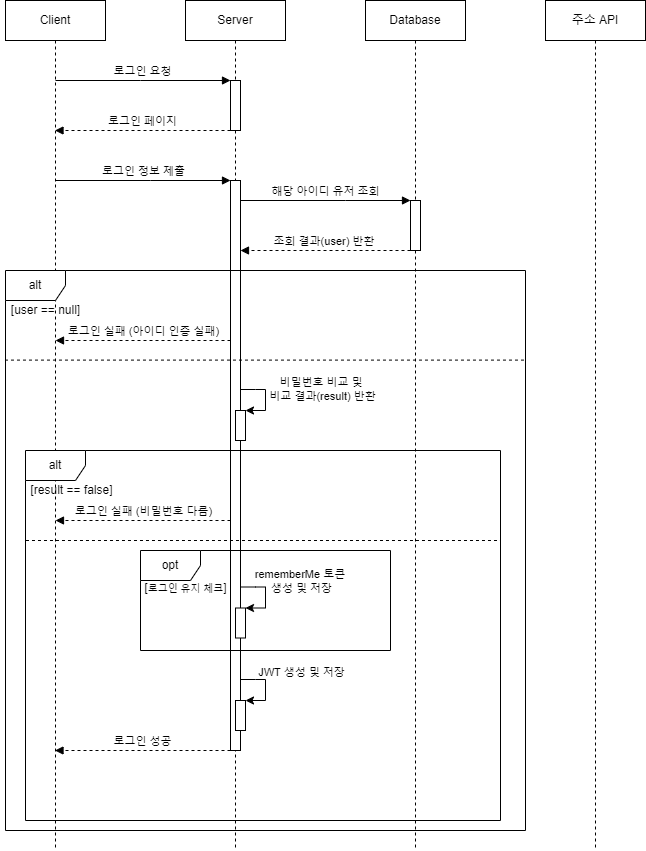
This is architecture/SequenceDiagram/로그인.png from 98Woonho/ITHotel, a draw.io export, as it was before one commit. Source tidied: cells renumbered, new cells last; positions are measured from the earlier drawing's top-left corner, leaving out a move shared by most shapes. Source of this version:
```xml
<mxGraphModel>
  <root>
    <mxCell id="0" />
    <mxCell id="1" parent="0" />
    <mxCell id="2" value="Client" style="shape=umlLifeline;perimeter=lifelinePerimeter;whiteSpace=wrap;html=1;outlineConnect=0;portConstraint=eastwest;newEdgeStyle={&quot;edgeStyle&quot;:&quot;elbowEdgeStyle&quot;,&quot;elbow&quot;:&quot;vertical&quot;,&quot;curved&quot;:0,&quot;rounded&quot;:0};" parent="1" vertex="1">
      <mxGeometry x="5" width="100" height="850" as="geometry" />
    </mxCell>
    <mxCell id="3" value="Server" style="shape=umlLifeline;perimeter=lifelinePerimeter;whiteSpace=wrap;html=1;newEdgeStyle={&quot;edgeStyle&quot;:&quot;elbowEdgeStyle&quot;,&quot;elbow&quot;:&quot;vertical&quot;,&quot;curved&quot;:0,&quot;rounded&quot;:0};" parent="1" vertex="1">
      <mxGeometry x="185" width="100" height="850" as="geometry" />
    </mxCell>
    <mxCell id="4" value="&lt;span style=&quot;color: rgba(0, 0, 0, 0); font-family: monospace; font-size: 0px; text-align: start;&quot;&gt;%3CmxGraphModel%3E%3Croot%3E%3CmxCell%20id%3D%220%22%2F%3E%3CmxCell%20id%3D%221%22%20parent%3D%220%22%2F%3E%3CmxCell%20id%3D%222%22%20value%3D%22Server%22%20style%3D%22shape%3DumlLifeline%3Bperimeter%3DlifelinePerimeter%3BwhiteSpace%3Dwrap%3Bhtml%3D1%3Bcontainer%3D0%3BdropTarget%3D0%3Bcollapsible%3D0%3BrecursiveResize%3D0%3BoutlineConnect%3D0%3BportConstraint%3Deastwest%3BnewEdgeStyle%3D%7B%26quot%3BedgeStyle%26quot%3B%3A%26quot%3BelbowEdgeStyle%26quot%3B%2C%26quot%3Belbow%26quot%3B%3A%26quot%3Bvertical%26quot%3B%2C%26quot%3Bcurved%26quot%3B%3A0%2C%26quot%3Brounded%26quot%3B%3A0%7D%3B%22%20vertex%3D%221%22%20parent%3D%221%22%3E%3CmxGeometry%20x%3D%22220%22%20y%3D%2240%22%20width%3D%22100%22%20height%3D%22300%22%20as%3D%22geometry%22%2F%3E%3C%2FmxCell%3E%3CmxCell%20id%3D%223%22%20value%3D%22%22%20style%3D%22html%3D1%3Bpoints%3D%5B%5D%3Bperimeter%3DorthogonalPerimeter%3BoutlineConnect%3D0%3BtargetShapes%3DumlLifeline%3BportConstraint%3Deastwest%3BnewEdgeStyle%3D%7B%26quot%3BedgeStyle%26quot%3B%3A%26quot%3BelbowEdgeStyle%26quot%3B%2C%26quot%3Belbow%26quot%3B%3A%26quot%3Bvertical%26quot%3B%2C%26quot%3Bcurved%26quot%3B%3A0%2C%26quot%3Brounded%26quot%3B%3A0%7D%3B%22%20vertex%3D%221%22%20parent%3D%222%22%3E%3CmxGeometry%20x%3D%2245%22%20y%3D%2280%22%20width%3D%2210%22%20height%3D%2250%22%20as%3D%22geometry%22%2F%3E%3C%2FmxCell%3E%3C%2Froot%3E%3C%2FmxGraphModel%3E&lt;/span&gt;" style="html=1;points=[];perimeter=orthogonalPerimeter;outlineConnect=0;targetShapes=umlLifeline;portConstraint=eastwest;newEdgeStyle={&quot;edgeStyle&quot;:&quot;elbowEdgeStyle&quot;,&quot;elbow&quot;:&quot;vertical&quot;,&quot;curved&quot;:0,&quot;rounded&quot;:0};" parent="3" vertex="1">
      <mxGeometry x="45" y="80" width="10" height="50" as="geometry" />
    </mxCell>
    <mxCell id="5" value="&lt;span style=&quot;color: rgba(0, 0, 0, 0); font-family: monospace; font-size: 0px; text-align: start;&quot;&gt;%3CmxGraphModel%3E%3Croot%3E%3CmxCell%20id%3D%220%22%2F%3E%3CmxCell%20id%3D%221%22%20parent%3D%220%22%2F%3E%3CmxCell%20id%3D%222%22%20value%3D%22Server%22%20style%3D%22shape%3DumlLifeline%3Bperimeter%3DlifelinePerimeter%3BwhiteSpace%3Dwrap%3Bhtml%3D1%3Bcontainer%3D0%3BdropTarget%3D0%3Bcollapsible%3D0%3BrecursiveResize%3D0%3BoutlineConnect%3D0%3BportConstraint%3Deastwest%3BnewEdgeStyle%3D%7B%26quot%3BedgeStyle%26quot%3B%3A%26quot%3BelbowEdgeStyle%26quot%3B%2C%26quot%3Belbow%26quot%3B%3A%26quot%3Bvertical%26quot%3B%2C%26quot%3Bcurved%26quot%3B%3A0%2C%26quot%3Brounded%26quot%3B%3A0%7D%3B%22%20vertex%3D%221%22%20parent%3D%221%22%3E%3CmxGeometry%20x%3D%22220%22%20y%3D%2240%22%20width%3D%22100%22%20height%3D%22300%22%20as%3D%22geometry%22%2F%3E%3C%2FmxCell%3E%3CmxCell%20id%3D%223%22%20value%3D%22%22%20style%3D%22html%3D1%3Bpoints%3D%5B%5D%3Bperimeter%3DorthogonalPerimeter%3BoutlineConnect%3D0%3BtargetShapes%3DumlLifeline%3BportConstraint%3Deastwest%3BnewEdgeStyle%3D%7B%26quot%3BedgeStyle%26quot%3B%3A%26quot%3BelbowEdgeStyle%26quot%3B%2C%26quot%3Belbow%26quot%3B%3A%26quot%3Bvertical%26quot%3B%2C%26quot%3Bcurved%26quot%3B%3A0%2C%26quot%3Brounded%26quot%3B%3A0%7D%3B%22%20vertex%3D%221%22%20parent%3D%222%22%3E%3CmxGeometry%20x%3D%2245%22%20y%3D%2280%22%20width%3D%2210%22%20height%3D%2250%22%20as%3D%22geometry%22%2F%3E%3C%2FmxCell%3E%3C%2Froot%3E%3C%2FmxGraphModel%3E&lt;/span&gt;" style="html=1;points=[];perimeter=orthogonalPerimeter;outlineConnect=0;targetShapes=umlLifeline;portConstraint=eastwest;newEdgeStyle={&quot;edgeStyle&quot;:&quot;elbowEdgeStyle&quot;,&quot;elbow&quot;:&quot;vertical&quot;,&quot;curved&quot;:0,&quot;rounded&quot;:0};" parent="3" vertex="1">
      <mxGeometry x="45" y="180" width="10" height="570" as="geometry" />
    </mxCell>
    <mxCell id="6" value="&lt;span style=&quot;color: rgba(0, 0, 0, 0); font-family: monospace; font-size: 0px; text-align: start;&quot;&gt;%3CmxGraphModel%3E%3Croot%3E%3CmxCell%20id%3D%220%22%2F%3E%3CmxCell%20id%3D%221%22%20parent%3D%220%22%2F%3E%3CmxCell%20id%3D%222%22%20value%3D%22Server%22%20style%3D%22shape%3DumlLifeline%3Bperimeter%3DlifelinePerimeter%3BwhiteSpace%3Dwrap%3Bhtml%3D1%3Bcontainer%3D0%3BdropTarget%3D0%3Bcollapsible%3D0%3BrecursiveResize%3D0%3BoutlineConnect%3D0%3BportConstraint%3Deastwest%3BnewEdgeStyle%3D%7B%26quot%3BedgeStyle%26quot%3B%3A%26quot%3BelbowEdgeStyle%26quot%3B%2C%26quot%3Belbow%26quot%3B%3A%26quot%3Bvertical%26quot%3B%2C%26quot%3Bcurved%26quot%3B%3A0%2C%26quot%3Brounded%26quot%3B%3A0%7D%3B%22%20vertex%3D%221%22%20parent%3D%221%22%3E%3CmxGeometry%20x%3D%22220%22%20y%3D%2240%22%20width%3D%22100%22%20height%3D%22300%22%20as%3D%22geometry%22%2F%3E%3C%2FmxCell%3E%3CmxCell%20id%3D%223%22%20value%3D%22%22%20style%3D%22html%3D1%3Bpoints%3D%5B%5D%3Bperimeter%3DorthogonalPerimeter%3BoutlineConnect%3D0%3BtargetShapes%3DumlLifeline%3BportConstraint%3Deastwest%3BnewEdgeStyle%3D%7B%26quot%3BedgeStyle%26quot%3B%3A%26quot%3BelbowEdgeStyle%26quot%3B%2C%26quot%3Belbow%26quot%3B%3A%26quot%3Bvertical%26quot%3B%2C%26quot%3Bcurved%26quot%3B%3A0%2C%26quot%3Brounded%26quot%3B%3A0%7D%3B%22%20vertex%3D%221%22%20parent%3D%222%22%3E%3CmxGeometry%20x%3D%2245%22%20y%3D%2280%22%20width%3D%2210%22%20height%3D%2250%22%20as%3D%22geometry%22%2F%3E%3C%2FmxCell%3E%3C%2Froot%3E%3C%2FmxGraphModel%3E&lt;/span&gt;" style="html=1;points=[];perimeter=orthogonalPerimeter;outlineConnect=0;targetShapes=umlLifeline;portConstraint=eastwest;newEdgeStyle={&quot;edgeStyle&quot;:&quot;elbowEdgeStyle&quot;,&quot;elbow&quot;:&quot;vertical&quot;,&quot;curved&quot;:0,&quot;rounded&quot;:0};" parent="3" vertex="1">
      <mxGeometry x="50" y="410" width="10" height="30" as="geometry" />
    </mxCell>
    <mxCell id="7" style="endArrow=classic;html=1;rounded=0;" parent="3" edge="1" target="6">
      <mxGeometry relative="1" as="geometry">
        <mxPoint x="55" y="389" as="sourcePoint" />
        <Array as="points">
          <mxPoint x="70" y="389" />
          <mxPoint x="80" y="389" />
          <mxPoint x="80" y="410" />
        </Array>
      </mxGeometry>
    </mxCell>
    <mxCell id="8" value="비밀번호 비교 및&amp;nbsp;&lt;div&gt;비교 결과(result) 반환&lt;/div&gt;" style="edgeLabel;html=1;align=center;verticalAlign=middle;labelBackgroundColor=none;" parent="7" vertex="1">
      <mxGeometry x="-0.47" y="1" relative="1" as="geometry">
        <mxPoint x="64" as="offset" />
      </mxGeometry>
    </mxCell>
    <mxCell id="9" value="로그인 요청" style="html=1;verticalAlign=bottom;endArrow=block;edgeStyle=elbowEdgeStyle;elbow=vertical;curved=0;rounded=0;" parent="1" edge="1" target="4">
      <mxGeometry relative="1" as="geometry">
        <mxPoint x="55" y="80" as="sourcePoint" />
        <Array as="points">
          <mxPoint x="140" y="80" />
        </Array>
      </mxGeometry>
    </mxCell>
    <mxCell id="10" value="로그인 페이지" style="html=1;verticalAlign=bottom;endArrow=block;dashed=1;endSize=6;edgeStyle=elbowEdgeStyle;elbow=vertical;curved=0;rounded=0;endFill=1;" parent="1" edge="1" source="4" target="2">
      <mxGeometry relative="1" as="geometry">
        <Array as="points">
          <mxPoint x="165" y="130" />
        </Array>
      </mxGeometry>
    </mxCell>
    <mxCell id="11" value="로그인 정보 제출" style="html=1;verticalAlign=bottom;endArrow=block;edgeStyle=elbowEdgeStyle;elbow=vertical;curved=0;rounded=0;" parent="1" edge="1" source="2" target="5">
      <mxGeometry relative="1" as="geometry">
        <Array as="points">
          <mxPoint x="150" y="180" />
        </Array>
      </mxGeometry>
    </mxCell>
    <mxCell id="12" value="Database" style="shape=umlLifeline;perimeter=lifelinePerimeter;whiteSpace=wrap;html=1;newEdgeStyle={&quot;edgeStyle&quot;:&quot;elbowEdgeStyle&quot;,&quot;elbow&quot;:&quot;vertical&quot;,&quot;curved&quot;:0,&quot;rounded&quot;:0};" parent="1" vertex="1">
      <mxGeometry x="365" width="100" height="850" as="geometry" />
    </mxCell>
    <mxCell id="13" value="해당 아이디 유저 조회" style="html=1;verticalAlign=bottom;endArrow=block;edgeStyle=elbowEdgeStyle;elbow=vertical;curved=0;rounded=0;" parent="12" edge="1" target="15">
      <mxGeometry relative="1" as="geometry">
        <mxPoint x="-125" y="200" as="sourcePoint" />
        <Array as="points">
          <mxPoint x="-20" y="200" />
        </Array>
      </mxGeometry>
    </mxCell>
    <mxCell id="14" value="조회 결과(user) 반환&amp;nbsp;" style="html=1;verticalAlign=bottom;endArrow=block;dashed=1;endSize=6;edgeStyle=elbowEdgeStyle;elbow=vertical;curved=0;rounded=0;endFill=1;" parent="12" edge="1">
      <mxGeometry relative="1" as="geometry">
        <mxPoint x="45" y="250" as="sourcePoint" />
        <mxPoint x="-125" y="250" as="targetPoint" />
      </mxGeometry>
    </mxCell>
    <mxCell id="15" value="&lt;span style=&quot;color: rgba(0, 0, 0, 0); font-family: monospace; font-size: 0px; text-align: start;&quot;&gt;%3CmxGraphModel%3E%3Croot%3E%3CmxCell%20id%3D%220%22%2F%3E%3CmxCell%20id%3D%221%22%20parent%3D%220%22%2F%3E%3CmxCell%20id%3D%222%22%20value%3D%22Server%22%20style%3D%22shape%3DumlLifeline%3Bperimeter%3DlifelinePerimeter%3BwhiteSpace%3Dwrap%3Bhtml%3D1%3Bcontainer%3D0%3BdropTarget%3D0%3Bcollapsible%3D0%3BrecursiveResize%3D0%3BoutlineConnect%3D0%3BportConstraint%3Deastwest%3BnewEdgeStyle%3D%7B%26quot%3BedgeStyle%26quot%3B%3A%26quot%3BelbowEdgeStyle%26quot%3B%2C%26quot%3Belbow%26quot%3B%3A%26quot%3Bvertical%26quot%3B%2C%26quot%3Bcurved%26quot%3B%3A0%2C%26quot%3Brounded%26quot%3B%3A0%7D%3B%22%20vertex%3D%221%22%20parent%3D%221%22%3E%3CmxGeometry%20x%3D%22220%22%20y%3D%2240%22%20width%3D%22100%22%20height%3D%22300%22%20as%3D%22geometry%22%2F%3E%3C%2FmxCell%3E%3CmxCell%20id%3D%223%22%20value%3D%22%22%20style%3D%22html%3D1%3Bpoints%3D%5B%5D%3Bperimeter%3DorthogonalPerimeter%3BoutlineConnect%3D0%3BtargetShapes%3DumlLifeline%3BportConstraint%3Deastwest%3BnewEdgeStyle%3D%7B%26quot%3BedgeStyle%26quot%3B%3A%26quot%3BelbowEdgeStyle%26quot%3B%2C%26quot%3Belbow%26quot%3B%3A%26quot%3Bvertical%26quot%3B%2C%26quot%3Bcurved%26quot%3B%3A0%2C%26quot%3Brounded%26quot%3B%3A0%7D%3B%22%20vertex%3D%221%22%20parent%3D%222%22%3E%3CmxGeometry%20x%3D%2245%22%20y%3D%2280%22%20width%3D%2210%22%20height%3D%2250%22%20as%3D%22geometry%22%2F%3E%3C%2FmxCell%3E%3C%2Froot%3E%3C%2FmxGraphModel%3E&lt;/span&gt;" style="html=1;points=[];perimeter=orthogonalPerimeter;outlineConnect=0;targetShapes=umlLifeline;portConstraint=eastwest;newEdgeStyle={&quot;edgeStyle&quot;:&quot;elbowEdgeStyle&quot;,&quot;elbow&quot;:&quot;vertical&quot;,&quot;curved&quot;:0,&quot;rounded&quot;:0};" parent="12" vertex="1">
      <mxGeometry x="45" y="200" width="10" height="50" as="geometry" />
    </mxCell>
    <mxCell id="16" value="주소 API" style="shape=umlLifeline;perimeter=lifelinePerimeter;whiteSpace=wrap;html=1;newEdgeStyle={&quot;edgeStyle&quot;:&quot;elbowEdgeStyle&quot;,&quot;elbow&quot;:&quot;vertical&quot;,&quot;curved&quot;:0,&quot;rounded&quot;:0};" parent="1" vertex="1">
      <mxGeometry x="545" width="100" height="850" as="geometry" />
    </mxCell>
    <mxCell id="17" value="alt" style="shape=umlFrame;whiteSpace=wrap;html=1;" parent="1" vertex="1">
      <mxGeometry x="5" y="270" width="520" height="560" as="geometry" />
    </mxCell>
    <mxCell id="18" value="[user == null]" style="text;html=1;align=center;verticalAlign=middle;strokeColor=none;fillColor=none;" parent="1" vertex="1">
      <mxGeometry y="295" width="90" height="30" as="geometry" />
    </mxCell>
    <mxCell id="19" value="로그인 실패 (아이디 인증 실패)" style="html=1;verticalAlign=bottom;endArrow=block;dashed=1;endSize=6;edgeStyle=elbowEdgeStyle;elbow=vertical;curved=0;rounded=0;endFill=1;" parent="1" edge="1">
      <mxGeometry relative="1" as="geometry">
        <mxPoint x="230" y="340" as="sourcePoint" />
        <mxPoint x="55" y="340" as="targetPoint" />
      </mxGeometry>
    </mxCell>
    <mxCell id="20" value="alt" style="shape=umlFrame;whiteSpace=wrap;html=1;" parent="1" vertex="1">
      <mxGeometry x="25" y="450" width="475" height="370" as="geometry" />
    </mxCell>
    <mxCell id="21" value="[result == false]" style="text;html=1;align=center;verticalAlign=middle;strokeColor=none;fillColor=none;" parent="1" vertex="1">
      <mxGeometry x="16" y="475" width="110" height="30" as="geometry" />
    </mxCell>
    <mxCell id="22" value="로그인 실패 (비밀번호 다름)" style="html=1;verticalAlign=bottom;endArrow=block;dashed=1;endSize=6;edgeStyle=elbowEdgeStyle;elbow=vertical;curved=0;rounded=0;endFill=1;" parent="1" edge="1">
      <mxGeometry relative="1" as="geometry">
        <mxPoint x="230" y="520" as="sourcePoint" />
        <mxPoint x="55" y="520" as="targetPoint" />
      </mxGeometry>
    </mxCell>
    <mxCell id="23" style="edgeStyle=none;orthogonalLoop=1;jettySize=auto;html=1;rounded=0;dashed=1;endArrow=none;endFill=0;exitX=0;exitY=0.498;exitDx=0;exitDy=0;exitPerimeter=0;entryX=0.999;entryY=0.498;entryDx=0;entryDy=0;entryPerimeter=0;" parent="1" edge="1">
      <mxGeometry relative="1" as="geometry">
        <mxPoint x="25.5" y="540" as="sourcePoint" />
        <mxPoint x="500" y="540" as="targetPoint" />
      </mxGeometry>
    </mxCell>
    <mxCell id="24" style="edgeStyle=none;orthogonalLoop=1;jettySize=auto;html=1;rounded=0;endArrow=none;endFill=0;dashed=1;entryX=1;entryY=0.16;entryDx=0;entryDy=0;entryPerimeter=0;exitX=-0.001;exitY=0.16;exitDx=0;exitDy=0;exitPerimeter=0;" parent="1" edge="1" source="17" target="17">
      <mxGeometry relative="1" as="geometry" />
    </mxCell>
    <mxCell id="25" value="opt" style="shape=umlFrame;whiteSpace=wrap;html=1;" parent="1" vertex="1">
      <mxGeometry x="140" y="550" width="250" height="100" as="geometry" />
    </mxCell>
    <mxCell id="26" value="&lt;font style=&quot;font-size: 12px;&quot;&gt;[&lt;/font&gt;&lt;font style=&quot;font-size: 10px;&quot;&gt;로그인 유지 체크&lt;/font&gt;&lt;font style=&quot;font-size: 12px;&quot;&gt;]&lt;/font&gt;" style="text;html=1;align=center;verticalAlign=middle;strokeColor=none;fillColor=none;" parent="1" vertex="1">
      <mxGeometry x="130" y="573" width="110" height="30" as="geometry" />
    </mxCell>
    <mxCell id="27" value="&lt;span style=&quot;color: rgba(0, 0, 0, 0); font-family: monospace; font-size: 0px; text-align: start;&quot;&gt;%3CmxGraphModel%3E%3Croot%3E%3CmxCell%20id%3D%220%22%2F%3E%3CmxCell%20id%3D%221%22%20parent%3D%220%22%2F%3E%3CmxCell%20id%3D%222%22%20value%3D%22Server%22%20style%3D%22shape%3DumlLifeline%3Bperimeter%3DlifelinePerimeter%3BwhiteSpace%3Dwrap%3Bhtml%3D1%3Bcontainer%3D0%3BdropTarget%3D0%3Bcollapsible%3D0%3BrecursiveResize%3D0%3BoutlineConnect%3D0%3BportConstraint%3Deastwest%3BnewEdgeStyle%3D%7B%26quot%3BedgeStyle%26quot%3B%3A%26quot%3BelbowEdgeStyle%26quot%3B%2C%26quot%3Belbow%26quot%3B%3A%26quot%3Bvertical%26quot%3B%2C%26quot%3Bcurved%26quot%3B%3A0%2C%26quot%3Brounded%26quot%3B%3A0%7D%3B%22%20vertex%3D%221%22%20parent%3D%221%22%3E%3CmxGeometry%20x%3D%22220%22%20y%3D%2240%22%20width%3D%22100%22%20height%3D%22300%22%20as%3D%22geometry%22%2F%3E%3C%2FmxCell%3E%3CmxCell%20id%3D%223%22%20value%3D%22%22%20style%3D%22html%3D1%3Bpoints%3D%5B%5D%3Bperimeter%3DorthogonalPerimeter%3BoutlineConnect%3D0%3BtargetShapes%3DumlLifeline%3BportConstraint%3Deastwest%3BnewEdgeStyle%3D%7B%26quot%3BedgeStyle%26quot%3B%3A%26quot%3BelbowEdgeStyle%26quot%3B%2C%26quot%3Belbow%26quot%3B%3A%26quot%3Bvertical%26quot%3B%2C%26quot%3Bcurved%26quot%3B%3A0%2C%26quot%3Brounded%26quot%3B%3A0%7D%3B%22%20vertex%3D%221%22%20parent%3D%222%22%3E%3CmxGeometry%20x%3D%2245%22%20y%3D%2280%22%20width%3D%2210%22%20height%3D%2250%22%20as%3D%22geometry%22%2F%3E%3C%2FmxCell%3E%3C%2Froot%3E%3C%2FmxGraphModel%3E&lt;/span&gt;" style="html=1;points=[];perimeter=orthogonalPerimeter;outlineConnect=0;targetShapes=umlLifeline;portConstraint=eastwest;newEdgeStyle={&quot;edgeStyle&quot;:&quot;elbowEdgeStyle&quot;,&quot;elbow&quot;:&quot;vertical&quot;,&quot;curved&quot;:0,&quot;rounded&quot;:0};" parent="1" vertex="1">
      <mxGeometry x="235" y="607.5" width="10" height="30" as="geometry" />
    </mxCell>
    <mxCell id="28" style="endArrow=classic;html=1;rounded=0;" parent="1" edge="1" target="27">
      <mxGeometry relative="1" as="geometry">
        <mxPoint x="240" y="586.5" as="sourcePoint" />
        <Array as="points">
          <mxPoint x="255" y="586.5" />
          <mxPoint x="265" y="586.5" />
          <mxPoint x="265" y="607.5" />
        </Array>
      </mxGeometry>
    </mxCell>
    <mxCell id="29" value="rememberMe 토큰&amp;nbsp;&lt;div&gt;생성 및 저장&lt;/div&gt;" style="edgeLabel;html=1;align=center;verticalAlign=middle;labelBackgroundColor=none;" parent="28" vertex="1">
      <mxGeometry x="-0.47" y="1" relative="1" as="geometry">
        <mxPoint x="43" y="-5" as="offset" />
      </mxGeometry>
    </mxCell>
    <mxCell id="30" value="로그인 성공" style="html=1;verticalAlign=bottom;endArrow=block;dashed=1;endSize=6;edgeStyle=elbowEdgeStyle;elbow=vertical;curved=0;rounded=0;endFill=1;exitX=0;exitY=1;exitDx=0;exitDy=0;exitPerimeter=0;" parent="1" edge="1" source="5" target="2">
      <mxGeometry relative="1" as="geometry" />
    </mxCell>
    <mxCell id="31" value="&lt;span style=&quot;color: rgba(0, 0, 0, 0); font-family: monospace; font-size: 0px; text-align: start;&quot;&gt;%3CmxGraphModel%3E%3Croot%3E%3CmxCell%20id%3D%220%22%2F%3E%3CmxCell%20id%3D%221%22%20parent%3D%220%22%2F%3E%3CmxCell%20id%3D%222%22%20value%3D%22Server%22%20style%3D%22shape%3DumlLifeline%3Bperimeter%3DlifelinePerimeter%3BwhiteSpace%3Dwrap%3Bhtml%3D1%3Bcontainer%3D0%3BdropTarget%3D0%3Bcollapsible%3D0%3BrecursiveResize%3D0%3BoutlineConnect%3D0%3BportConstraint%3Deastwest%3BnewEdgeStyle%3D%7B%26quot%3BedgeStyle%26quot%3B%3A%26quot%3BelbowEdgeStyle%26quot%3B%2C%26quot%3Belbow%26quot%3B%3A%26quot%3Bvertical%26quot%3B%2C%26quot%3Bcurved%26quot%3B%3A0%2C%26quot%3Brounded%26quot%3B%3A0%7D%3B%22%20vertex%3D%221%22%20parent%3D%221%22%3E%3CmxGeometry%20x%3D%22220%22%20y%3D%2240%22%20width%3D%22100%22%20height%3D%22300%22%20as%3D%22geometry%22%2F%3E%3C%2FmxCell%3E%3CmxCell%20id%3D%223%22%20value%3D%22%22%20style%3D%22html%3D1%3Bpoints%3D%5B%5D%3Bperimeter%3DorthogonalPerimeter%3BoutlineConnect%3D0%3BtargetShapes%3DumlLifeline%3BportConstraint%3Deastwest%3BnewEdgeStyle%3D%7B%26quot%3BedgeStyle%26quot%3B%3A%26quot%3BelbowEdgeStyle%26quot%3B%2C%26quot%3Belbow%26quot%3B%3A%26quot%3Bvertical%26quot%3B%2C%26quot%3Bcurved%26quot%3B%3A0%2C%26quot%3Brounded%26quot%3B%3A0%7D%3B%22%20vertex%3D%221%22%20parent%3D%222%22%3E%3CmxGeometry%20x%3D%2245%22%20y%3D%2280%22%20width%3D%2210%22%20height%3D%2250%22%20as%3D%22geometry%22%2F%3E%3C%2FmxCell%3E%3C%2Froot%3E%3C%2FmxGraphModel%3E&lt;/span&gt;" style="html=1;points=[];perimeter=orthogonalPerimeter;outlineConnect=0;targetShapes=umlLifeline;portConstraint=eastwest;newEdgeStyle={&quot;edgeStyle&quot;:&quot;elbowEdgeStyle&quot;,&quot;elbow&quot;:&quot;vertical&quot;,&quot;curved&quot;:0,&quot;rounded&quot;:0};" parent="1" vertex="1">
      <mxGeometry x="235" y="700" width="10" height="30" as="geometry" />
    </mxCell>
    <mxCell id="32" style="endArrow=classic;html=1;rounded=0;" parent="1" edge="1" target="31">
      <mxGeometry relative="1" as="geometry">
        <mxPoint x="240" y="679" as="sourcePoint" />
        <Array as="points">
          <mxPoint x="255" y="679" />
          <mxPoint x="265" y="679" />
          <mxPoint x="265" y="700" />
        </Array>
      </mxGeometry>
    </mxCell>
    <mxCell id="33" value="JWT 생성 및 저장" style="edgeLabel;html=1;align=center;verticalAlign=middle;labelBackgroundColor=none;" parent="32" vertex="1">
      <mxGeometry x="-0.47" y="1" relative="1" as="geometry">
        <mxPoint x="43" y="-7" as="offset" />
      </mxGeometry>
    </mxCell>
  </root>
</mxGraphModel>
```
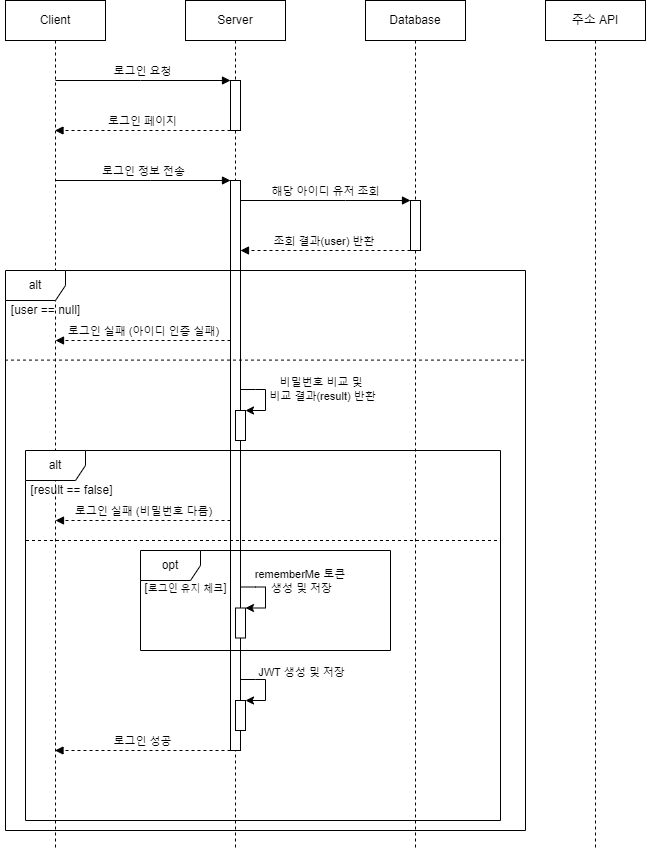
After the commit.

Commit message:
Sequence Diagram 추가

Diff of the diagram source:
```diff
@@ -47,7 +47,7 @@
         </Array>
       </mxGeometry>
     </mxCell>
-    <mxCell id="11" value="로그인 정보 제출" style="html=1;verticalAlign=bottom;endArrow=block;edgeStyle=elbowEdgeStyle;elbow=vertical;curved=0;rounded=0;" parent="1" edge="1" source="2" target="5">
+    <mxCell id="11" value="로그인 정보 전송" style="html=1;verticalAlign=bottom;endArrow=block;edgeStyle=elbowEdgeStyle;elbow=vertical;curved=0;rounded=0;" parent="1" edge="1" source="2" target="5">
       <mxGeometry relative="1" as="geometry">
         <Array as="points">
           <mxPoint x="150" y="180" />
```
